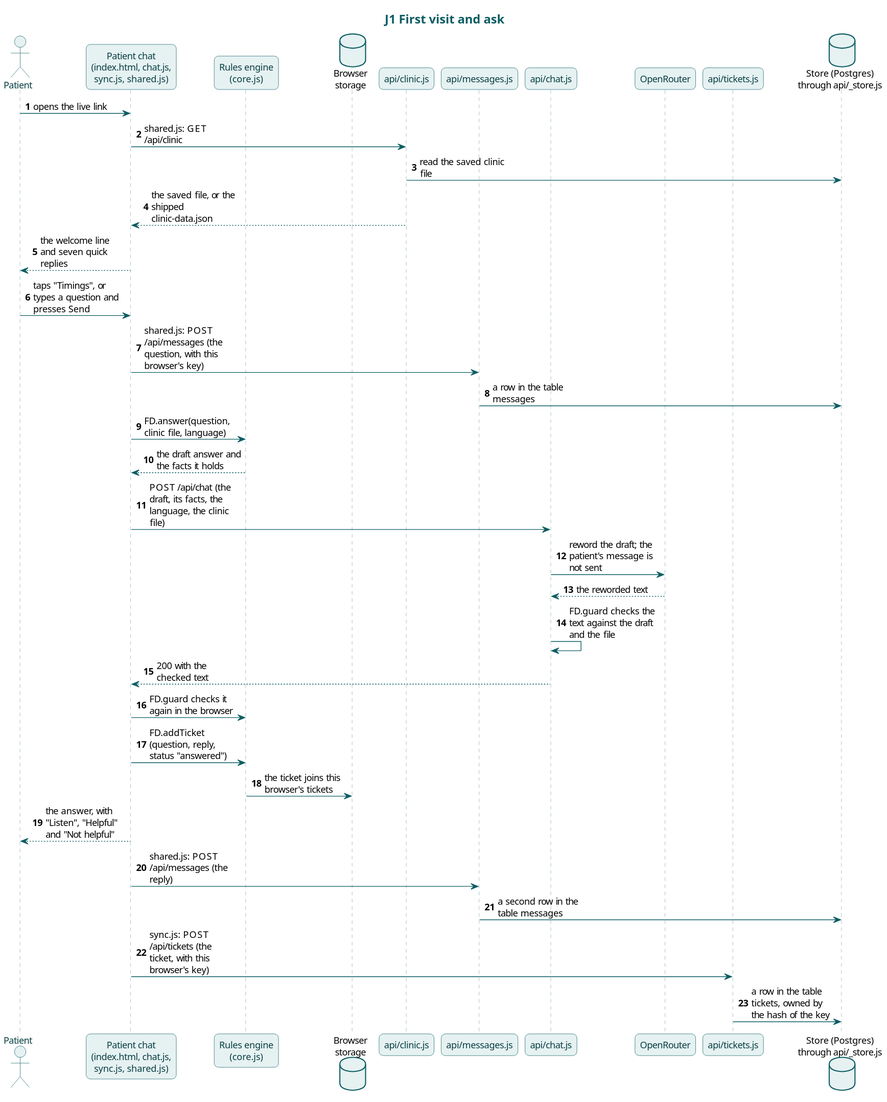
karwasanjay007/frontdesk-ai-docs keeps this PlantUML diagram as docs/diagrams/j1-first-visit-and-ask.svg. Above is the earlier version.
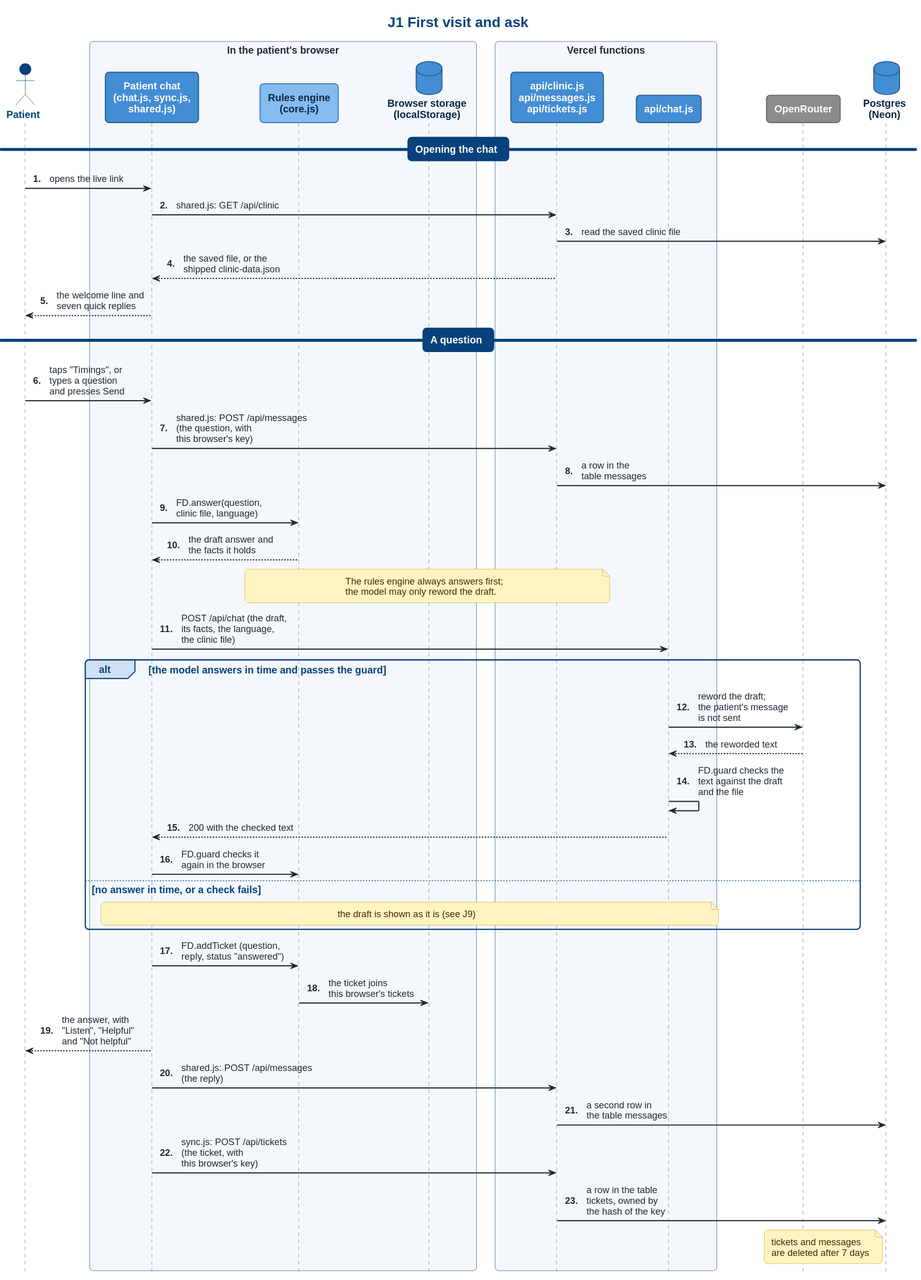
After the change.

The edit, as a diff of the source:
```diff
@@ -1,40 +1,48 @@
 @startuml
-!include style.iuml
-skinparam maxMessageSize 120
+!include c4-sequence.iuml
 title J1 First visit and ask
-actor Patient
-participant "Patient chat\n(index.html, chat.js,\nsync.js, shared.js)" as Chat
-participant "Rules engine\n(core.js)" as Core
-database "Browser\nstorage" as LS
-participant "api/clinic.js" as Clinic
-participant "api/messages.js" as Msg
-participant "api/chat.js" as Api
-participant "OpenRouter" as OR
-participant "api/tickets.js" as Tix
-database "Store (Postgres)\nthrough api/_store.js" as Store
-autonumber
+actor "Patient" as Patient <<person>>
+box "In the patient's browser"
+participant "Patient chat\n(chat.js, sync.js,\nshared.js)" as Chat <<container>>
+participant "Rules engine\n(core.js)" as Core <<component>>
+database "Browser storage\n(localStorage)" as LS <<store>>
+end box
+box "Vercel functions"
+participant "api/clinic.js\napi/messages.js\napi/tickets.js" as R <<container>>
+participant "api/chat.js" as Api <<container>>
+end box
+participant "OpenRouter" as OR <<external>>
+database "Postgres\n(Neon)" as Store <<store>>
 
+== Opening the chat ==
 Patient -> Chat : opens the live link
-Chat -> Clinic : shared.js: GET /api/clinic
-Clinic -> Store : read the saved clinic file
-Clinic --> Chat : the saved file, or the shipped clinic-data.json
-Chat --> Patient : the welcome line and seven quick replies
-Patient -> Chat : taps "Timings", or types a question and presses Send
-Chat -> Msg : shared.js: POST /api/messages (the question, with this browser's key)
-Msg -> Store : a row in the table messages
-Chat -> Core : FD.answer(question, clinic file, language)
-Core --> Chat : the draft answer and the facts it holds
-Chat -> Api : POST /api/chat (the draft, its facts, the language, the clinic file)
-Api -> OR : reword the draft; the patient's message is not sent
-OR --> Api : the reworded text
-Api -> Api : FD.guard checks the text against the draft and the file
-Api --> Chat : 200 with the checked text
-Chat -> Core : FD.guard checks it again in the browser
-Chat -> Core : FD.addTicket (question, reply, status "answered")
-Core -> LS : the ticket joins this browser's tickets
-Chat --> Patient : the answer, with "Listen", "Helpful" and "Not helpful"
-Chat -> Msg : shared.js: POST /api/messages (the reply)
-Msg -> Store : a second row in the table messages
-Chat -> Tix : sync.js: POST /api/tickets (the ticket, with this browser's key)
-Tix -> Store : a row in the table tickets, owned by the hash of the key
+Chat -> R : shared.js: GET /api/clinic
+R -> Store : read the saved clinic file
+R --> Chat : the saved file, or the\nshipped clinic-data.json
+Chat --> Patient : the welcome line and\nseven quick replies
+== A question ==
+Patient -> Chat : taps "Timings", or\ntypes a question\nand presses Send
+Chat -> R : shared.js: POST /api/messages\n(the question, with\nthis browser's key)
+R -> Store : a row in the\ntable messages
+Chat -> Core : FD.answer(question,\nclinic file, language)
+Core --> Chat : the draft answer and\nthe facts it holds
+note over Core, R : The rules engine always answers first;\nthe model may only reword the draft.
+Chat -> Api : POST /api/chat (the draft,\nits facts, the language,\nthe clinic file)
+alt the model answers in time and passes the guard
+  Api -> OR : reword the draft;\nthe patient's message\nis not sent
+  OR --> Api : the reworded text
+  Api -> Api : FD.guard checks the\ntext against the draft\nand the file
+  Api --> Chat : 200 with the checked text
+  Chat -> Core : FD.guard checks it\nagain in the browser
+else no answer in time, or a check fails
+  note over Chat, Api : the draft is shown as it is (see J9)
+end
+Chat -> Core : FD.addTicket (question,\nreply, status "answered")
+Core -> LS : the ticket joins\nthis browser's tickets
+Chat --> Patient : the answer, with\n"Listen", "Helpful"\nand "Not helpful"
+Chat -> R : shared.js: POST /api/messages\n(the reply)
+R -> Store : a second row in\nthe table messages
+Chat -> R : sync.js: POST /api/tickets\n(the ticket, with\nthis browser's key)
+R -> Store : a row in the table\ntickets, owned by\nthe hash of the key
+note left of Store : tickets and messages\nare deleted after 7 days
 @enduml
```
